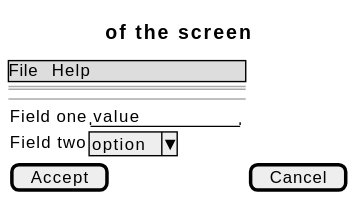
Above: docs/01-requirements/use-cases/setUpSecondFactor/wireframes.svg in didactika/kampus (PlantUML), before the change. Its diagram source:
```plantuml
@startsalt
{
  {* File | Help }
  ==
  Title of the screen
  --
  {
    Field one | "value        "
    Field two | ^option^
  }
  [ Accept ] | [ Cancel ]
}
@endsalt
```
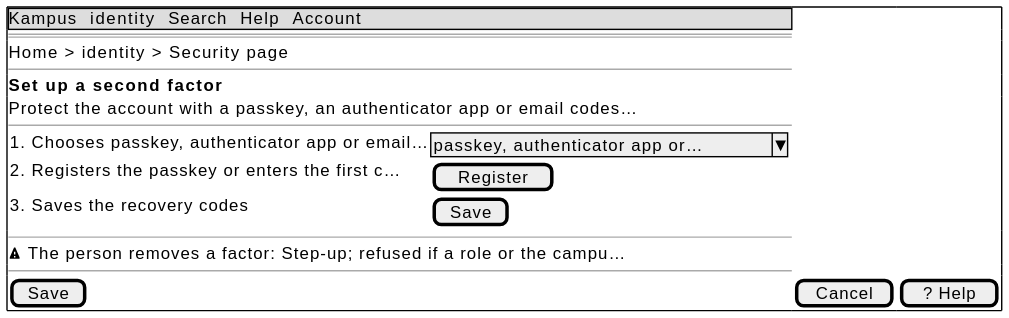
After the commit.

Diff of the diagram source:
```diff
@@ -1,13 +1,20 @@
 @startsalt
-{
-  {* File | Help }
+{+
+  {* Kampus | identity | Search | Help | Account }
   ==
-  Title of the screen
+  Home > identity > Security page
+  --
+  <b>Set up a second factor
+  Protect the account with a passkey, an authenticator app or email codes…
   --
   {
-    Field one | "value        "
-    Field two | ^option^
+    1. Chooses passkey, authenticator app or email… | ^passkey, authenticator app or…^
+    2. Registers the passkey or enters the first c… | [ Register ]
+    3. Saves the recovery codes | [ Save ]
   }
-  [ Accept ] | [ Cancel ]
+  --
+  <&warning> The person removes a factor: Step-up; refused if a role or the campu…
+  --
+  [ Save ] | [ Cancel ] | [ ? Help ]
 }
 @endsalt
```
